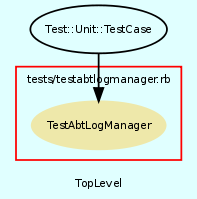
eschabell/abtlinux keeps this Graphviz diagram as src/trunk/doc/dot/f_3.png. Above is the earlier version. Its source is kept beside it as src/trunk/doc/dot/f_3.dot.
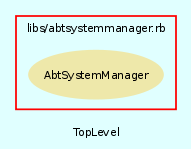
Above is the later version.

The edit, as a diff of the source:
```diff
@@ -13,25 +13,16 @@
     subgraph cluster_4 {
         fontname = Arial
         color = red
-        label = "tests/testabtlogmanager.rb"
-        TestAbtLogManager [
+        label = "libs/abtsystemmanager.rb"
+        AbtSystemManager [
             fontcolor = black,
-            URL = "classes/TestAbtLogManager.html",
+            URL = "classes/AbtSystemManager.html",
             shape = ellipse,
             color = palegoldenrod,
             style = filled,
-            label = "TestAbtLogManager"
+            label = "AbtSystemManager"
         ]
 
     }
 
-    Test__Unit__TestCase [
-        URL = "classes/Test/Unit/TestCase.html",
-        label = "Test::Unit::TestCase"
-    ]
-
-    Test__Unit__TestCase -> TestAbtLogManager [
-
-    ]
-
 }
```
